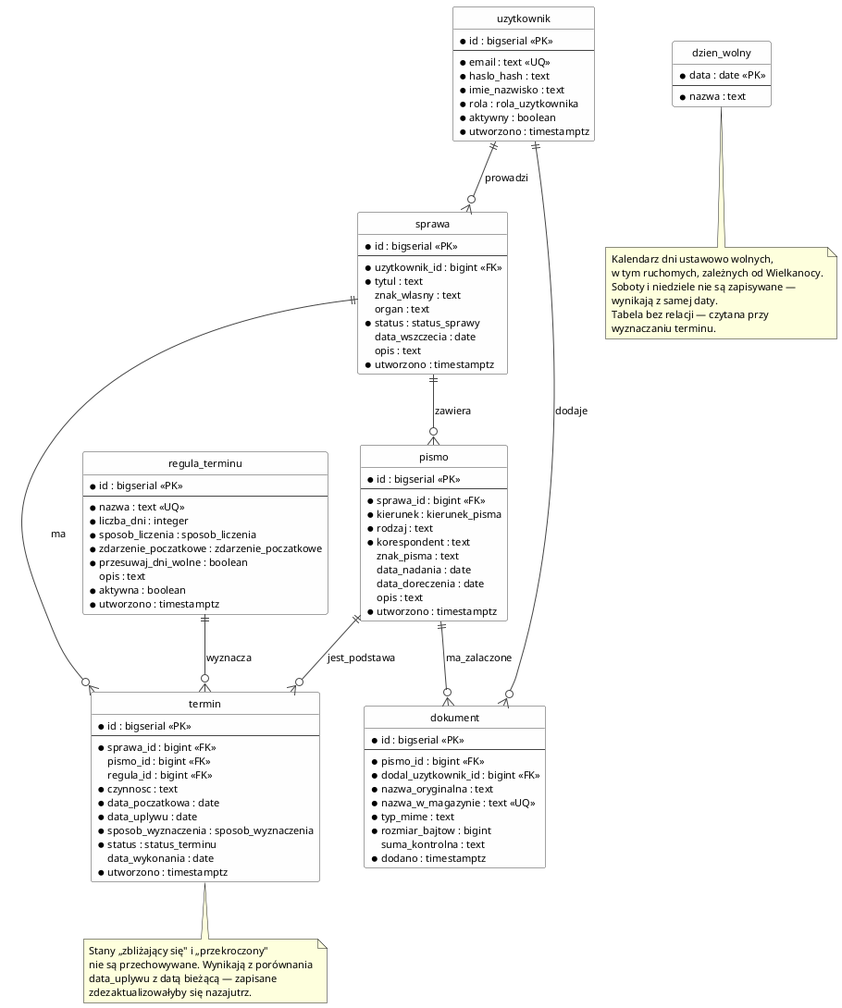
Above: docs/diagramy/model-danych.png in adminroan24/sprawnik (PlantUML), before the change.
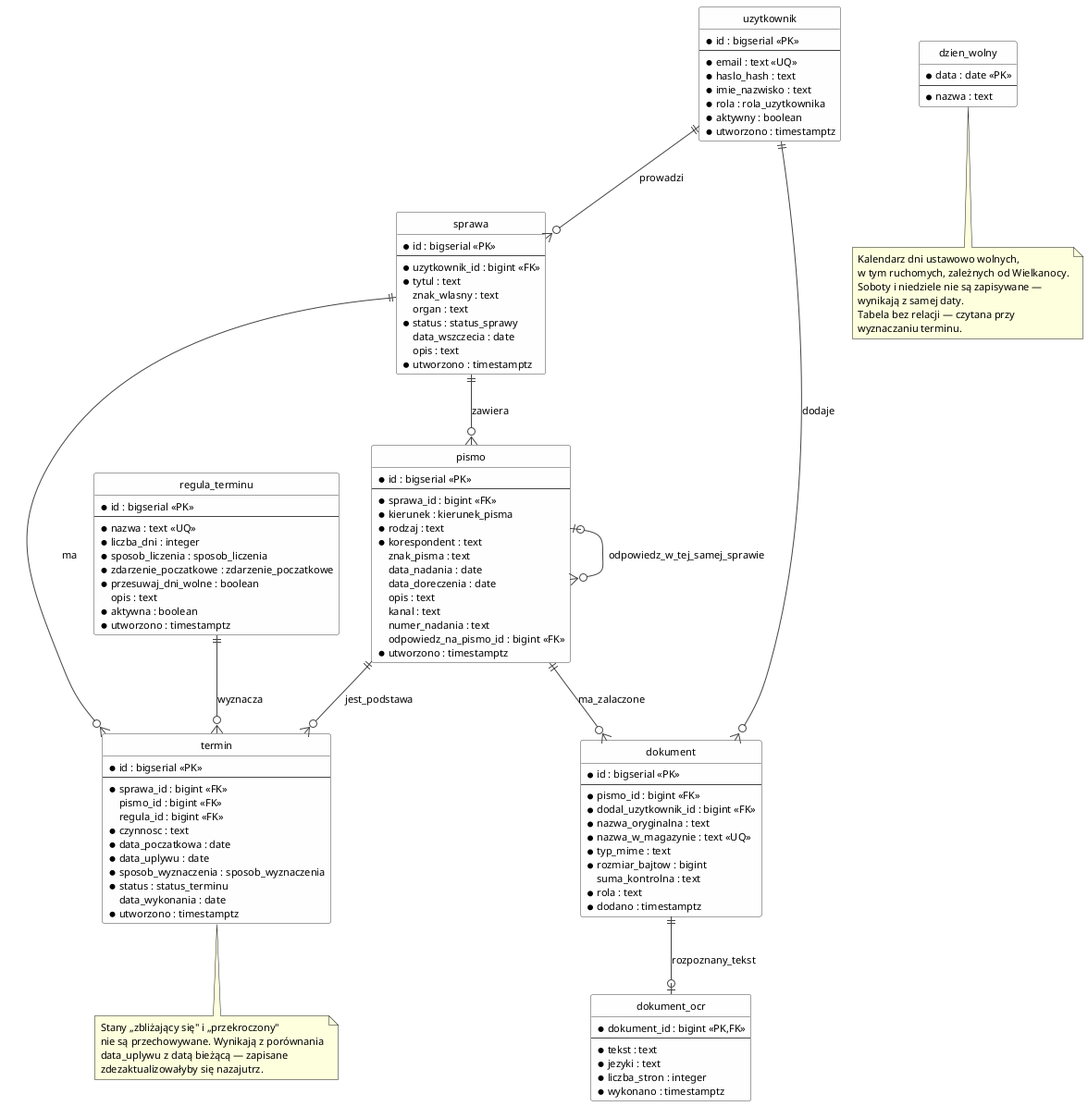
The same diagram one commit later.

Commit message:
Uaktualnij instrukcję obiegu i diagramy o OCR oraz skanowanie

Diff of the diagram source:
```diff
@@ -45,6 +45,9 @@
   data_nadania : date
   data_doreczenia : date
   opis : text
+  kanal : text
+  numer_nadania : text
+  odpowiedz_na_pismo_id : bigint <<FK>>
   * utworzono : timestamptz
 }
 
@@ -58,7 +61,17 @@
   * typ_mime : text
   * rozmiar_bajtow : bigint
   suma_kontrolna : text
+  * rola : text
   * dodano : timestamptz
+}
+
+entity "dokument_ocr" as ocr {
+  * dokument_id : bigint <<PK,FK>>
+  --
+  * tekst : text
+  * jezyki : text
+  * liczba_stron : integer
+  * wykonano : timestamptz
 }
 
 entity "regula_terminu" as regula {
@@ -101,6 +114,8 @@
 sprawa     ||--o{ termin      : ma
 pismo      ||--o{ dokument    : ma_zalaczone
 pismo      ||--o{ termin      : jest_podstawa
+pismo      |o--o{ pismo       : odpowiedz_w_tej_samej_sprawie
+dokument   ||--o| ocr         : rozpoznany_tekst
 regula     ||--o{ termin      : wyznacza
 
 note bottom of dzien
```
